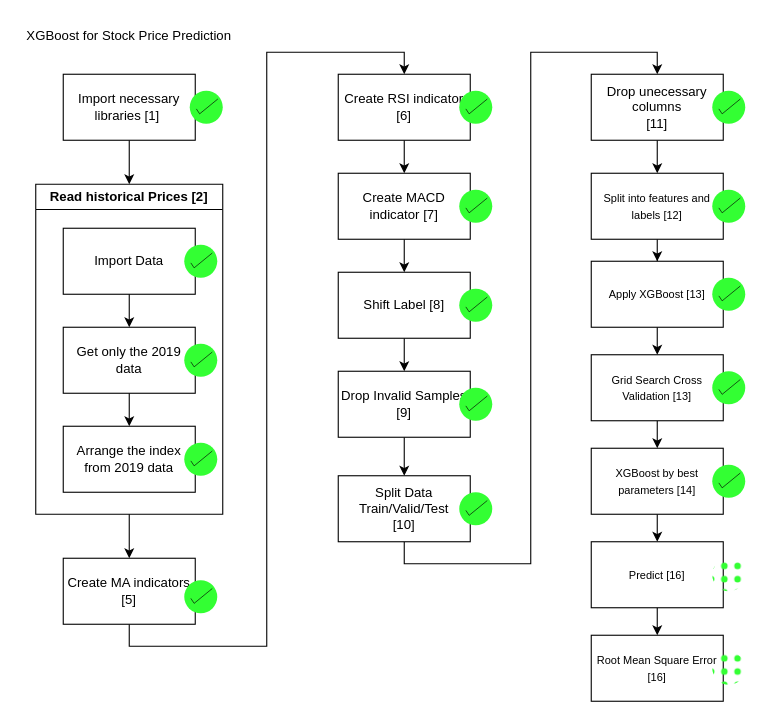
This is page "Full Process" (1 of 3) of IE318/Prog_Diagram_Real.drawio from wyx-smrf/Windows-Misc, a draw.io file, before an edit. Source tidied: cells renumbered, new cells numbered last; positions are measured from the earlier drawing's top-left corner, leaving out a move shared by most shapes. Both pictures are drawn from the tidied source at 110%, with x=0, y=0 at pixel (19, 19).
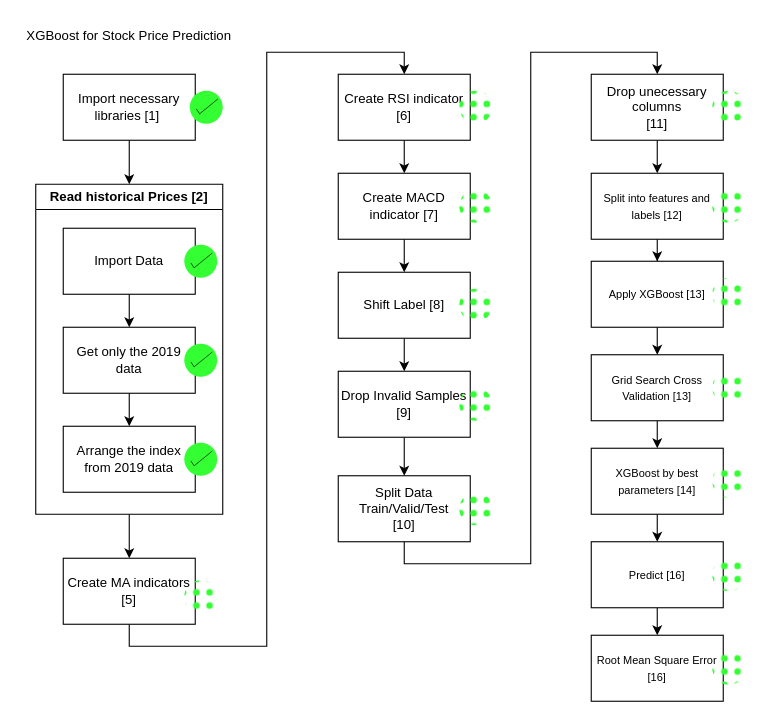
The same diagram, later.

Diff of the diagram source:
```diff
@@
-    <mxCell id="28" style="html=1;verticalLabelPosition=bottom;labelBackgroundColor=#ffffff;verticalAlign=top;shadow=0;dashed=0;strokeWidth=2;shape=mxgraph.ios7.misc.select;fillColor=#33FF33;strokeColor=default;sketch=0;fontSize=20;fillStyle=auto;perimeterSpacing=0;" parent="1" vertex="1">
+    <mxCell id="28" style="html=1;verticalLabelPosition=bottom;labelBackgroundColor=#ffffff;verticalAlign=top;shadow=0;dashed=0;strokeWidth=2;shape=mxgraph.ios7.misc.select;fillColor=#33FF33;strokeColor=none;sketch=0;fontSize=20;fillStyle=dots;perimeterSpacing=0;" parent="1" vertex="1">
       <mxGeometry x="150" y="510" width="30" height="30" as="geometry" />
     </mxCell>
-    <mxCell id="29" style="html=1;verticalLabelPosition=bottom;labelBackgroundColor=#ffffff;verticalAlign=top;shadow=0;dashed=0;strokeWidth=2;shape=mxgraph.ios7.misc.select;fillColor=#33FF33;strokeColor=default;sketch=0;fontSize=20;fillStyle=auto;perimeterSpacing=0;" parent="1" vertex="1">
+    <mxCell id="29" style="html=1;verticalLabelPosition=bottom;labelBackgroundColor=#ffffff;verticalAlign=top;shadow=0;dashed=0;strokeWidth=2;shape=mxgraph.ios7.misc.select;fillColor=#33FF33;strokeColor=none;sketch=0;fontSize=20;fillStyle=dots;perimeterSpacing=0;" parent="1" vertex="1">
       <mxGeometry x="400" y="65" width="30" height="30" as="geometry" />
     </mxCell>
-    <mxCell id="30" style="html=1;verticalLabelPosition=bottom;labelBackgroundColor=#ffffff;verticalAlign=top;shadow=0;dashed=0;strokeWidth=2;shape=mxgraph.ios7.misc.select;fillColor=#33FF33;strokeColor=default;sketch=0;fontSize=20;fillStyle=auto;perimeterSpacing=0;" parent="1" vertex="1">
+    <mxCell id="30" style="html=1;verticalLabelPosition=bottom;labelBackgroundColor=#ffffff;verticalAlign=top;shadow=0;dashed=0;strokeWidth=2;shape=mxgraph.ios7.misc.select;fillColor=#33FF33;strokeColor=none;sketch=0;fontSize=20;fillStyle=dots;perimeterSpacing=0;" parent="1" vertex="1">
       <mxGeometry x="400" y="155" width="30" height="30" as="geometry" />
     </mxCell>
-    <mxCell id="31" style="html=1;verticalLabelPosition=bottom;labelBackgroundColor=#ffffff;verticalAlign=top;shadow=0;dashed=0;strokeWidth=2;shape=mxgraph.ios7.misc.select;fillColor=#33FF33;strokeColor=default;sketch=0;fontSize=20;fillStyle=auto;perimeterSpacing=0;" parent="1" vertex="1">
+    <mxCell id="31" style="html=1;verticalLabelPosition=bottom;labelBackgroundColor=#ffffff;verticalAlign=top;shadow=0;dashed=0;strokeWidth=2;shape=mxgraph.ios7.misc.select;fillColor=#33FF33;strokeColor=none;sketch=0;fontSize=20;fillStyle=dots;perimeterSpacing=0;" parent="1" vertex="1">
       <mxGeometry x="400" y="245" width="30" height="30" as="geometry" />
     </mxCell>
-    <mxCell id="32" style="html=1;verticalLabelPosition=bottom;labelBackgroundColor=#ffffff;verticalAlign=top;shadow=0;dashed=0;strokeWidth=2;shape=mxgraph.ios7.misc.select;fillColor=#33FF33;strokeColor=default;sketch=0;fontSize=20;fillStyle=auto;perimeterSpacing=0;" parent="1" vertex="1">
+    <mxCell id="32" style="html=1;verticalLabelPosition=bottom;labelBackgroundColor=#ffffff;verticalAlign=top;shadow=0;dashed=0;strokeWidth=2;shape=mxgraph.ios7.misc.select;fillColor=#33FF33;strokeColor=none;sketch=0;fontSize=20;fillStyle=dots;perimeterSpacing=0;" parent="1" vertex="1">
       <mxGeometry x="400" y="335" width="30" height="30" as="geometry" />
     </mxCell>
-    <mxCell id="33" style="html=1;verticalLabelPosition=bottom;labelBackgroundColor=#ffffff;verticalAlign=top;shadow=0;dashed=0;strokeWidth=2;shape=mxgraph.ios7.misc.select;fillColor=#33FF33;strokeColor=default;sketch=0;fontSize=20;fillStyle=auto;perimeterSpacing=0;" parent="1" vertex="1">
+    <mxCell id="33" style="html=1;verticalLabelPosition=bottom;labelBackgroundColor=#ffffff;verticalAlign=top;shadow=0;dashed=0;strokeWidth=2;shape=mxgraph.ios7.misc.select;fillColor=#33FF33;strokeColor=none;sketch=0;fontSize=20;fillStyle=dots;perimeterSpacing=0;" parent="1" vertex="1">
       <mxGeometry x="400" y="430" width="30" height="30" as="geometry" />
     </mxCell>
@@
-    <mxCell id="47" style="html=1;verticalLabelPosition=bottom;labelBackgroundColor=#ffffff;verticalAlign=top;shadow=0;dashed=0;strokeWidth=2;shape=mxgraph.ios7.misc.select;fillColor=#33FF33;strokeColor=default;sketch=0;fontSize=20;fillStyle=auto;perimeterSpacing=0;" parent="1" vertex="1">
+    <mxCell id="47" style="html=1;verticalLabelPosition=bottom;labelBackgroundColor=#ffffff;verticalAlign=top;shadow=0;dashed=0;strokeWidth=2;shape=mxgraph.ios7.misc.select;fillColor=#33FF33;strokeColor=none;sketch=0;fontSize=20;fillStyle=dots;perimeterSpacing=0;" parent="1" vertex="1">
       <mxGeometry x="630" y="65" width="30" height="30" as="geometry" />
     </mxCell>
-    <mxCell id="48" style="html=1;verticalLabelPosition=bottom;labelBackgroundColor=#ffffff;verticalAlign=top;shadow=0;dashed=0;strokeWidth=2;shape=mxgraph.ios7.misc.select;fillColor=#33FF33;strokeColor=default;sketch=0;fontSize=20;fillStyle=auto;perimeterSpacing=0;" parent="1" vertex="1">
+    <mxCell id="48" style="html=1;verticalLabelPosition=bottom;labelBackgroundColor=#ffffff;verticalAlign=top;shadow=0;dashed=0;strokeWidth=2;shape=mxgraph.ios7.misc.select;fillColor=#33FF33;strokeColor=none;sketch=0;fontSize=20;fillStyle=dots;perimeterSpacing=0;" parent="1" vertex="1">
       <mxGeometry x="630" y="155" width="30" height="30" as="geometry" />
     </mxCell>
-    <mxCell id="49" style="html=1;verticalLabelPosition=bottom;labelBackgroundColor=#ffffff;verticalAlign=top;shadow=0;dashed=0;strokeWidth=2;shape=mxgraph.ios7.misc.select;fillColor=#33FF33;strokeColor=default;sketch=0;fontSize=20;fillStyle=auto;perimeterSpacing=0;" parent="1" vertex="1">
+    <mxCell id="49" style="html=1;verticalLabelPosition=bottom;labelBackgroundColor=#ffffff;verticalAlign=top;shadow=0;dashed=0;strokeWidth=2;shape=mxgraph.ios7.misc.select;fillColor=#33FF33;strokeColor=none;sketch=0;fontSize=20;fillStyle=dots;perimeterSpacing=0;" parent="1" vertex="1">
       <mxGeometry x="630" y="235" width="30" height="30" as="geometry" />
     </mxCell>
-    <mxCell id="50" style="html=1;verticalLabelPosition=bottom;labelBackgroundColor=#ffffff;verticalAlign=top;shadow=0;dashed=0;strokeWidth=2;shape=mxgraph.ios7.misc.select;fillColor=#33FF33;strokeColor=default;sketch=0;fontSize=20;fillStyle=auto;perimeterSpacing=0;" parent="1" vertex="1">
+    <mxCell id="50" style="html=1;verticalLabelPosition=bottom;labelBackgroundColor=#ffffff;verticalAlign=top;shadow=0;dashed=0;strokeWidth=2;shape=mxgraph.ios7.misc.select;fillColor=#33FF33;strokeColor=none;sketch=0;fontSize=20;fillStyle=dots;perimeterSpacing=0;" parent="1" vertex="1">
       <mxGeometry x="630" y="320" width="30" height="30" as="geometry" />
     </mxCell>
-    <mxCell id="51" style="html=1;verticalLabelPosition=bottom;labelBackgroundColor=#ffffff;verticalAlign=top;shadow=0;dashed=0;strokeWidth=2;shape=mxgraph.ios7.misc.select;fillColor=#33FF33;strokeColor=default;sketch=0;fontSize=20;fillStyle=auto;perimeterSpacing=0;" parent="1" vertex="1">
+    <mxCell id="51" style="html=1;verticalLabelPosition=bottom;labelBackgroundColor=#ffffff;verticalAlign=top;shadow=0;dashed=0;strokeWidth=2;shape=mxgraph.ios7.misc.select;fillColor=#33FF33;strokeColor=none;sketch=0;fontSize=20;fillStyle=dots;perimeterSpacing=0;" parent="1" vertex="1">
       <mxGeometry x="630" y="405" width="30" height="30" as="geometry" />
     </mxCell>
```
